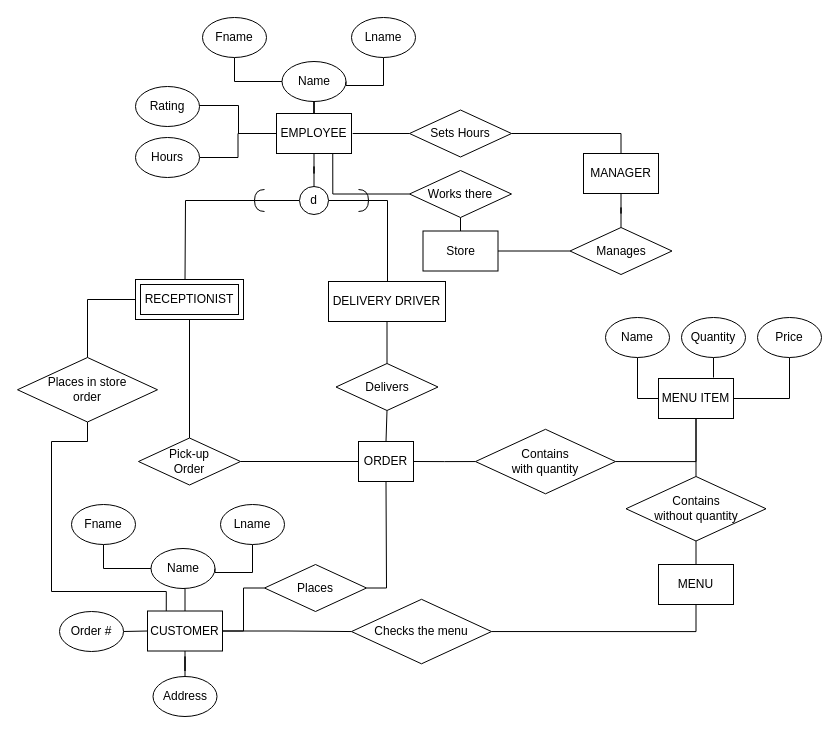
Before: Enhanced Entity Relationship Diagram.drawio in hqiao8/Restaurant-Management-System, a draw.io diagram. Source tidied: cells renumbered, new cells numbered last; positions are measured from the earlier drawing's top-left corner, leaving out a move shared by most shapes. Both pictures are drawn from the tidied source at 100%, with x=0, y=0 at pixel (17, 17).
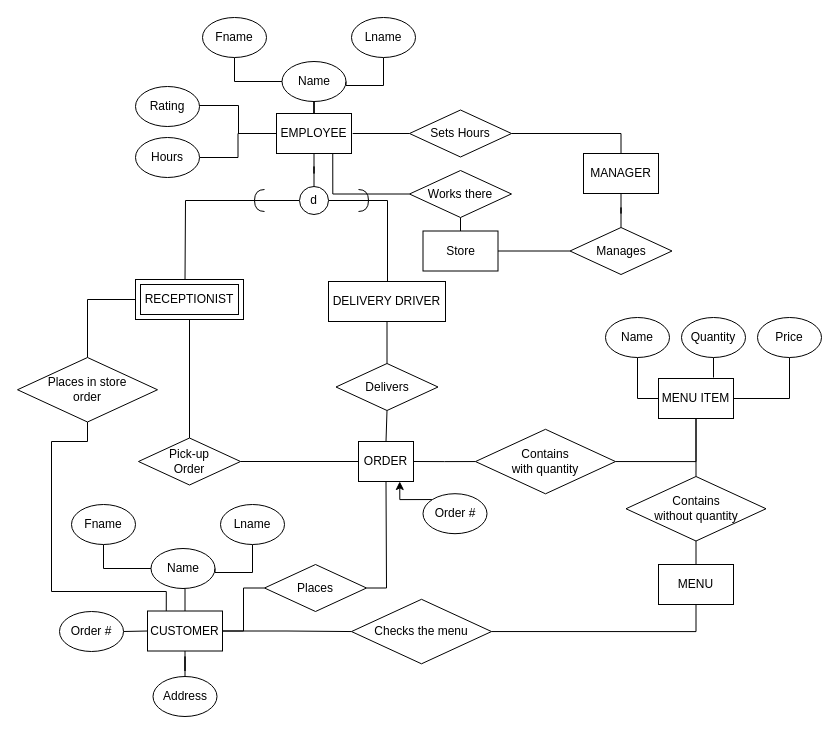
After the change.

Unchanged cells that the change refers to:
```xml
<mxCell id="21" value="ORDER" style="whiteSpace=wrap;html=1;align=center;fillColor=default;" parent="1" vertex="1">
  <mxGeometry x="341" y="424" width="55" height="40" as="geometry" />
</mxCell>
```

Change to the diagram source:
```diff
@@
+    <mxCell id="73" style="edgeStyle=orthogonalEdgeStyle;rounded=0;jettySize=auto;html=1;exitX=0;exitY=0;exitDx=0;exitDy=0;entryX=0.75;entryY=1;entryDx=0;entryDy=0;" parent="1" edge="1" source="74" target="21">
+      <mxGeometry relative="1" as="geometry" />
+    </mxCell>
+    <mxCell id="74" value="Order #" style="ellipse;whiteSpace=wrap;html=1;align=center;fillColor=default;gradientColor=none;" parent="1" vertex="1">
+      <mxGeometry x="405.5" y="476.2" width="64" height="40" as="geometry" />
+    </mxCell>
```
